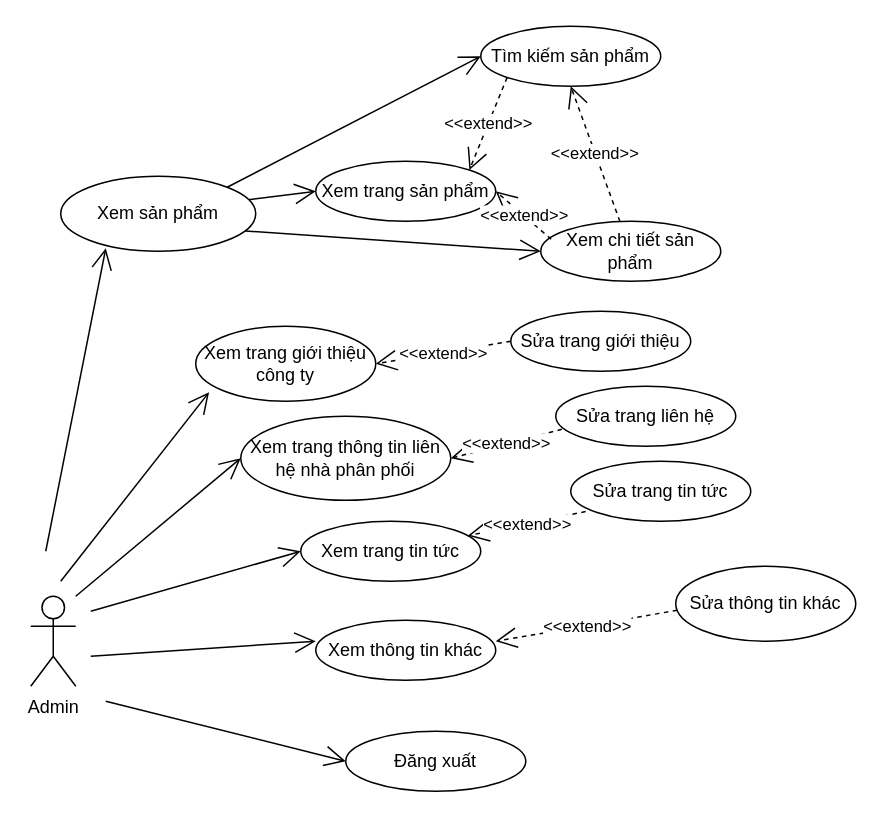
The draw.io diagram Use Case/AdminUC.drawio in hoangminh15/PTTKHT, before the edit. Source tidied: cells renumbered, new cells numbered last; positions are measured from the earlier drawing's top-left corner, leaving out a move shared by most shapes. Both pictures are drawn from the tidied source at 150%, with x=0, y=0 at pixel (30, 26).
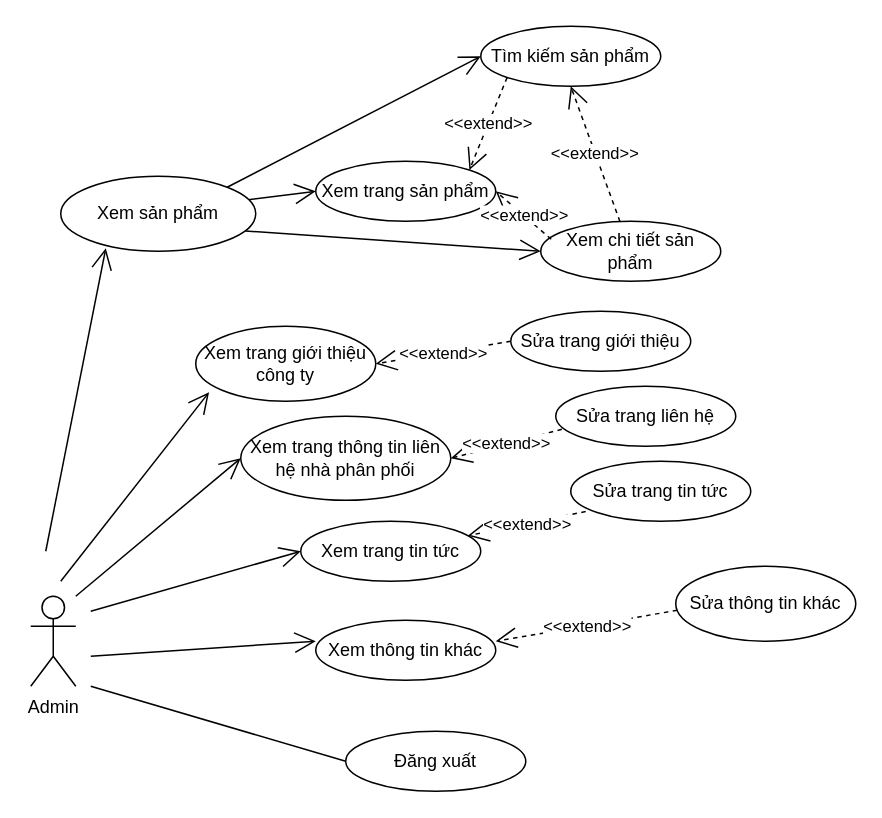
The same page after the edit.

Unchanged cells that the change refers to:
```xml
<mxCell id="3" value="Đăng xuất" style="ellipse;whiteSpace=wrap;html=1;" parent="1" vertex="1">
  <mxGeometry x="210" y="470" width="120" height="40" as="geometry" />
</mxCell>
```

What changed in the source:
```diff
@@
-    <mxCell id="4" style="endArrow=open;endFill=1;endSize=12;html=1;entryX=0;entryY=0.5;entryDx=0;entryDy=0;" parent="1" edge="1" target="3">
-      <mxGeometry relative="1" as="geometry">
-        <mxPoint x="50" y="450" as="sourcePoint" />
-      </mxGeometry>
-    </mxCell>
@@
+    <mxCell id="32" style="endArrow=none;html=1;entryX=0;entryY=0.5;entryDx=0;entryDy=0;" parent="1" edge="1" target="3">
+      <mxGeometry relative="1" as="geometry">
+        <mxPoint x="40" y="440" as="sourcePoint" />
+      </mxGeometry>
+    </mxCell>
```
